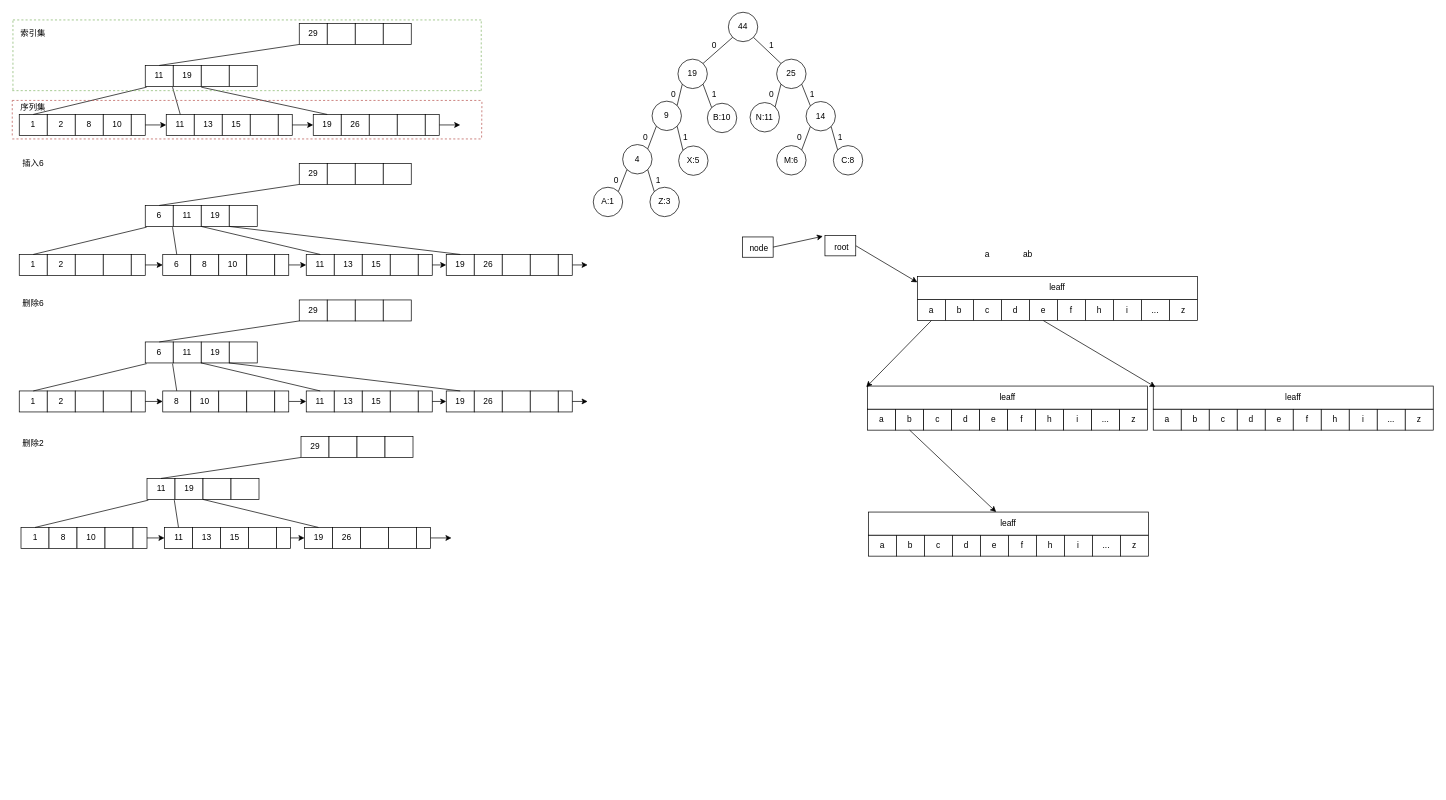
The draw.io diagram 2020.drawio in swduan/88888888, before the edit. Source tidied: cells renumbered, new cells numbered last; positions are measured from the earlier drawing's top-left corner, leaving out a move shared by most shapes. Both pictures are drawn from the tidied source at 70%, with x=0, y=0 at pixel (12, 12).
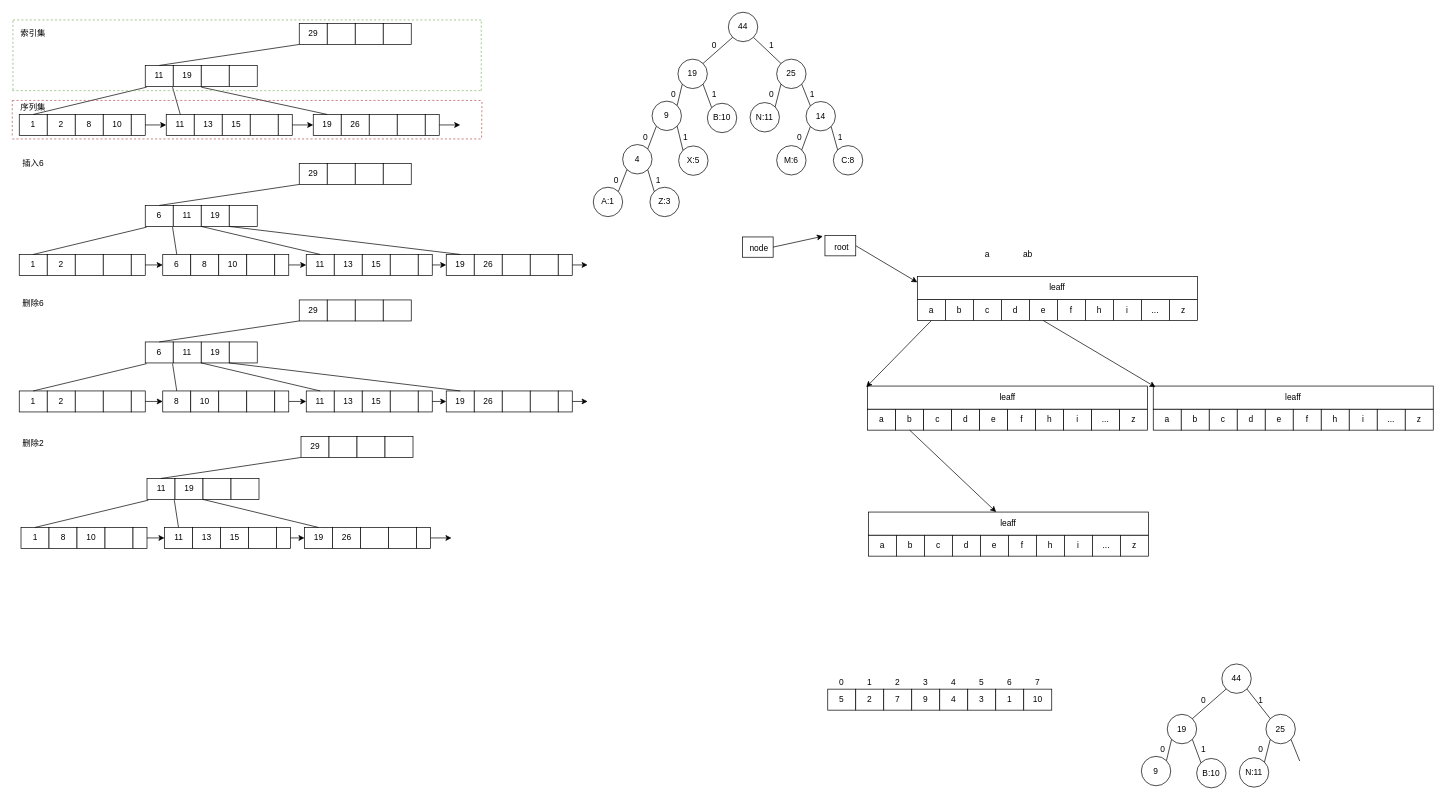
After the change.

Change to the diagram source:
```diff
@@
+    <mxCell id="241" value="5" style="rounded=0;whiteSpace=wrap;html=1;" parent="1" vertex="1">
+      <mxGeometry x="1165" y="967" width="40" height="30" as="geometry" />
+    </mxCell>
+    <mxCell id="242" value="2" style="rounded=0;whiteSpace=wrap;html=1;" parent="1" vertex="1">
+      <mxGeometry x="1205" y="967" width="40" height="30" as="geometry" />
+    </mxCell>
+    <mxCell id="243" value="7" style="rounded=0;whiteSpace=wrap;html=1;" parent="1" vertex="1">
+      <mxGeometry x="1245" y="967" width="40" height="30" as="geometry" />
+    </mxCell>
+    <mxCell id="244" value="9" style="rounded=0;whiteSpace=wrap;html=1;" parent="1" vertex="1">
+      <mxGeometry x="1285" y="967" width="40" height="30" as="geometry" />
+    </mxCell>
+    <mxCell id="245" value="4" style="rounded=0;whiteSpace=wrap;html=1;" parent="1" vertex="1">
+      <mxGeometry x="1325" y="967" width="40" height="30" as="geometry" />
+    </mxCell>
+    <mxCell id="246" value="3" style="rounded=0;whiteSpace=wrap;html=1;" parent="1" vertex="1">
+      <mxGeometry x="1365" y="967" width="40" height="30" as="geometry" />
+    </mxCell>
+    <mxCell id="247" value="1" style="rounded=0;whiteSpace=wrap;html=1;" parent="1" vertex="1">
+      <mxGeometry x="1405" y="967" width="40" height="30" as="geometry" />
+    </mxCell>
+    <mxCell id="248" value="10" style="rounded=0;whiteSpace=wrap;html=1;" parent="1" vertex="1">
+      <mxGeometry x="1445" y="967" width="40" height="30" as="geometry" />
+    </mxCell>
+    <mxCell id="249" value="N:11" style="ellipse;whiteSpace=wrap;html=1;" parent="1" vertex="1">
+      <mxGeometry x="1753" y="1065" width="42" height="42" as="geometry" />
+    </mxCell>
+    <mxCell id="250" value="B:10" style="ellipse;whiteSpace=wrap;html=1;" parent="1" vertex="1">
+      <mxGeometry x="1692" y="1066" width="42" height="42" as="geometry" />
+    </mxCell>
+    <mxCell id="251" value="9" style="ellipse;whiteSpace=wrap;html=1;" parent="1" vertex="1">
+      <mxGeometry x="1613" y="1063" width="42" height="42" as="geometry" />
+    </mxCell>
+    <mxCell id="252" value="19" style="ellipse;whiteSpace=wrap;html=1;" parent="1" vertex="1">
+      <mxGeometry x="1650" y="1003" width="42" height="42" as="geometry" />
+    </mxCell>
+    <mxCell id="253" value="25" style="ellipse;whiteSpace=wrap;html=1;" parent="1" vertex="1">
+      <mxGeometry x="1791" y="1003" width="42" height="42" as="geometry" />
+    </mxCell>
+    <mxCell id="254" value="44" style="ellipse;whiteSpace=wrap;html=1;" parent="1" vertex="1">
+      <mxGeometry x="1728" y="931" width="42" height="42" as="geometry" />
+    </mxCell>
+    <mxCell id="255" style="endArrow=none;html=1;entryX=0;entryY=1;entryDx=0;entryDy=0;exitX=1;exitY=0;exitDx=0;exitDy=0;" parent="1" edge="1" source="252" target="254">
+      <mxGeometry relative="1" as="geometry" />
+    </mxCell>
+    <mxCell id="256" style="endArrow=none;html=1;entryX=1;entryY=1;entryDx=0;entryDy=0;exitX=0;exitY=0;exitDx=0;exitDy=0;" parent="1" edge="1" source="253" target="254">
+      <mxGeometry relative="1" as="geometry" />
+    </mxCell>
+    <mxCell id="257" style="endArrow=none;html=1;entryX=1;entryY=1;entryDx=0;entryDy=0;exitX=0;exitY=0;exitDx=0;exitDy=0;" parent="1" edge="1" source="250" target="252">
+      <mxGeometry relative="1" as="geometry" />
+    </mxCell>
+    <mxCell id="258" style="endArrow=none;html=1;exitX=0;exitY=1;exitDx=0;exitDy=0;entryX=1;entryY=0;entryDx=0;entryDy=0;" parent="1" edge="1" source="252" target="251">
+      <mxGeometry relative="1" as="geometry" />
+    </mxCell>
+    <mxCell id="259" style="endArrow=none;html=1;entryX=0;entryY=1;entryDx=0;entryDy=0;exitX=1;exitY=0;exitDx=0;exitDy=0;" parent="1" edge="1" source="249" target="253">
+      <mxGeometry relative="1" as="geometry" />
+    </mxCell>
+    <mxCell id="260" style="endArrow=none;html=1;entryX=1;entryY=1;entryDx=0;entryDy=0;exitX=0;exitY=0;exitDx=0;exitDy=0;" parent="1" edge="1" target="253">
+      <mxGeometry relative="1" as="geometry">
+        <mxPoint x="1839.2" y="1069.7" as="sourcePoint" />
+      </mxGeometry>
+    </mxCell>
+    <mxCell id="261" value="0" style="text;html=1;strokeColor=none;fillColor=none;align=center;verticalAlign=middle;whiteSpace=wrap;rounded=0;" parent="1" vertex="1">
+      <mxGeometry x="1682" y="973" width="40" height="20" as="geometry" />
+    </mxCell>
+    <mxCell id="262" value="0" style="text;html=1;strokeColor=none;fillColor=none;align=center;verticalAlign=middle;whiteSpace=wrap;rounded=0;" parent="1" vertex="1">
+      <mxGeometry x="1624" y="1043" width="40" height="20" as="geometry" />
+    </mxCell>
+    <mxCell id="263" value="1" style="text;html=1;strokeColor=none;fillColor=none;align=center;verticalAlign=middle;whiteSpace=wrap;rounded=0;" parent="1" vertex="1">
+      <mxGeometry x="1682" y="1043" width="40" height="20" as="geometry" />
+    </mxCell>
+    <mxCell id="264" value="1" style="text;html=1;strokeColor=none;fillColor=none;align=center;verticalAlign=middle;whiteSpace=wrap;rounded=0;" parent="1" vertex="1">
+      <mxGeometry x="1764" y="973" width="40" height="20" as="geometry" />
+    </mxCell>
+    <mxCell id="265" value="0" style="text;html=1;strokeColor=none;fillColor=none;align=center;verticalAlign=middle;whiteSpace=wrap;rounded=0;" parent="1" vertex="1">
+      <mxGeometry x="1764" y="1043" width="40" height="20" as="geometry" />
+    </mxCell>
+    <mxCell id="266" value="0" style="text;html=1;strokeColor=none;fillColor=none;align=center;verticalAlign=middle;whiteSpace=wrap;rounded=0;" parent="1" vertex="1">
+      <mxGeometry x="1165" y="947" width="40" height="20" as="geometry" />
+    </mxCell>
+    <mxCell id="267" value="1" style="text;html=1;strokeColor=none;fillColor=none;align=center;verticalAlign=middle;whiteSpace=wrap;rounded=0;" parent="1" vertex="1">
+      <mxGeometry x="1205" y="947" width="40" height="20" as="geometry" />
+    </mxCell>
+    <mxCell id="268" value="2" style="text;html=1;strokeColor=none;fillColor=none;align=center;verticalAlign=middle;whiteSpace=wrap;rounded=0;" parent="1" vertex="1">
+      <mxGeometry x="1245" y="947" width="40" height="20" as="geometry" />
+    </mxCell>
+    <mxCell id="269" value="3" style="text;html=1;strokeColor=none;fillColor=none;align=center;verticalAlign=middle;whiteSpace=wrap;rounded=0;" parent="1" vertex="1">
+      <mxGeometry x="1285" y="947" width="40" height="20" as="geometry" />
+    </mxCell>
+    <mxCell id="270" value="4" style="text;html=1;strokeColor=none;fillColor=none;align=center;verticalAlign=middle;whiteSpace=wrap;rounded=0;" parent="1" vertex="1">
+      <mxGeometry x="1325" y="947" width="40" height="20" as="geometry" />
+    </mxCell>
+    <mxCell id="271" value="5" style="text;html=1;strokeColor=none;fillColor=none;align=center;verticalAlign=middle;whiteSpace=wrap;rounded=0;" parent="1" vertex="1">
+      <mxGeometry x="1365" y="947" width="40" height="20" as="geometry" />
+    </mxCell>
+    <mxCell id="272" value="6" style="text;html=1;strokeColor=none;fillColor=none;align=center;verticalAlign=middle;whiteSpace=wrap;rounded=0;" parent="1" vertex="1">
+      <mxGeometry x="1405" y="947" width="40" height="20" as="geometry" />
+    </mxCell>
+    <mxCell id="273" value="7" style="text;html=1;strokeColor=none;fillColor=none;align=center;verticalAlign=middle;whiteSpace=wrap;rounded=0;" parent="1" vertex="1">
+      <mxGeometry x="1445" y="947" width="40" height="20" as="geometry" />
+    </mxCell>
```
